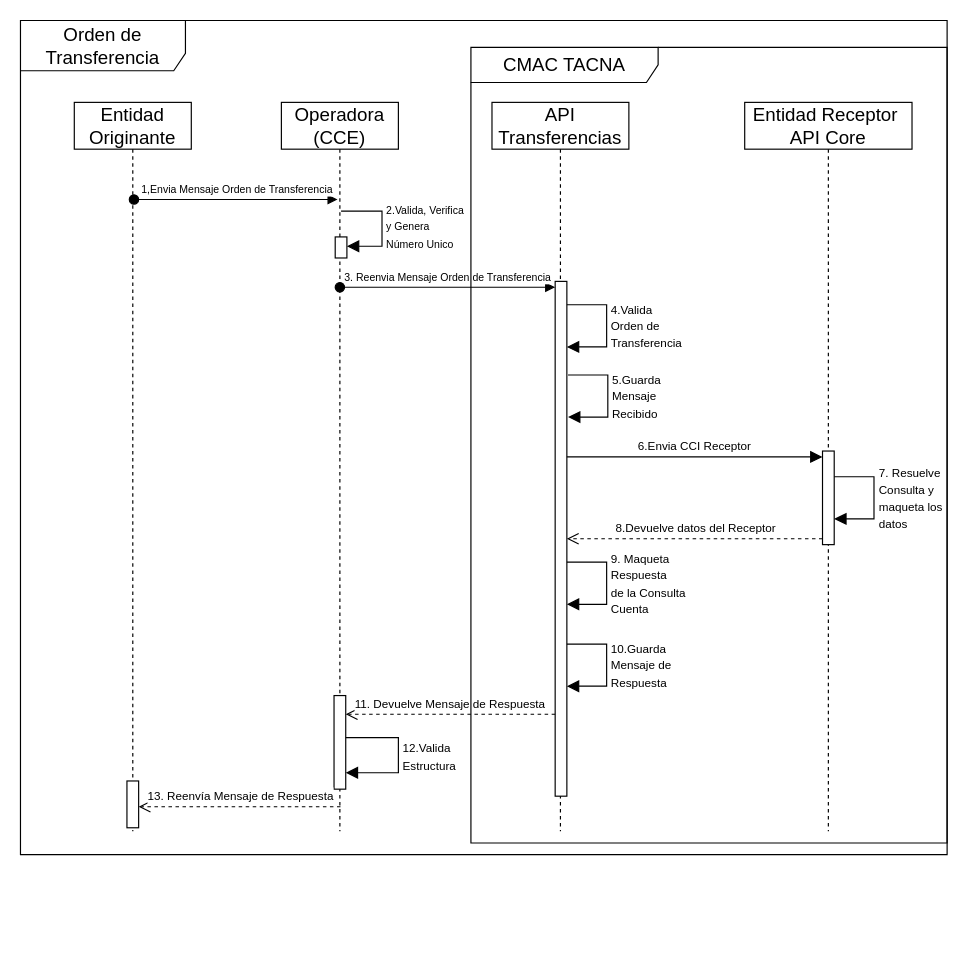
This is page "DS Orden Transferencia (INPUT)" (5 of 7) of Diagramas.drawio from Richard-MJ/CMACT, a draw.io file, before an edit. Source tidied: cells renumbered, new cells numbered last; positions are measured from the earlier drawing's top-left corner, leaving out a move shared by most shapes. Both pictures are drawn from the tidied source at 117%, with x=0, y=0 at pixel (20, 20).
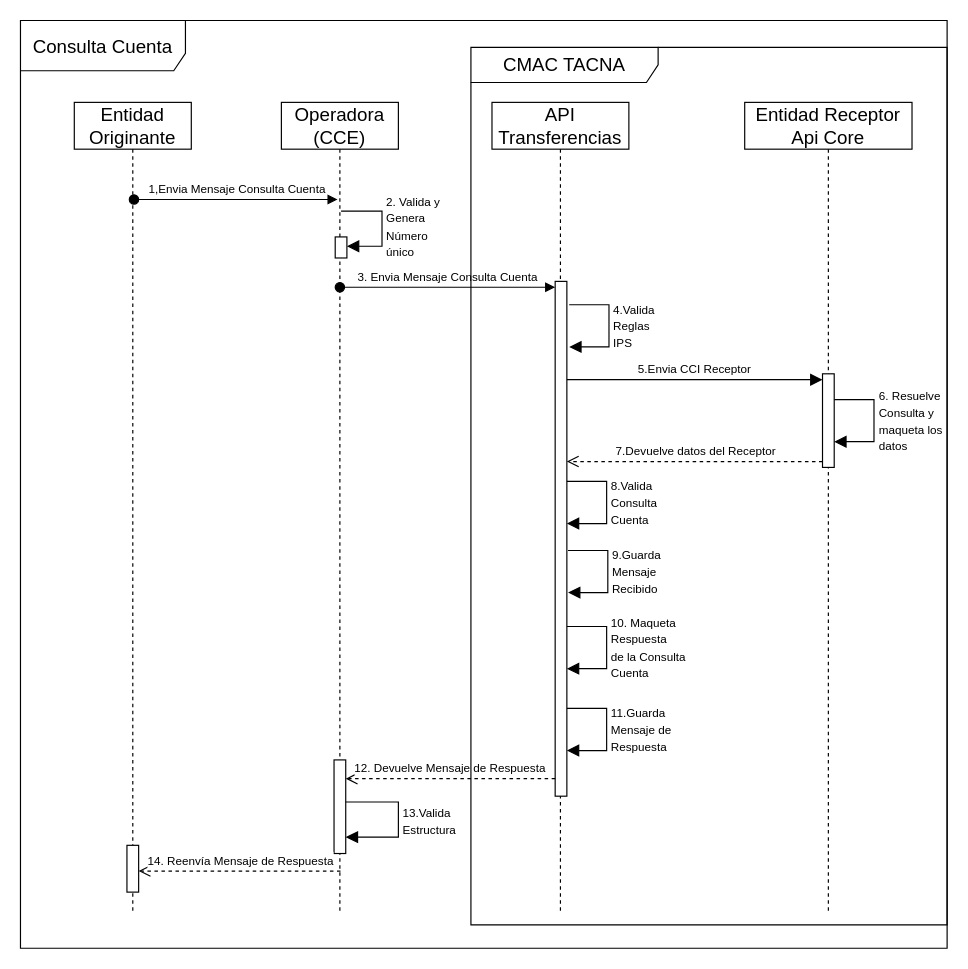
Above is the later version.

Unchanged cells that the change refers to:
```xml
<mxCell id="10" style="html=1;points=[[0,0,0,0,5],[0,1,0,0,-5],[1,0,0,0,5],[1,1,0,0,-5]];perimeter=orthogonalPerimeter;outlineConnect=0;targetShapes=umlLifeline;portConstraint=eastwest;newEdgeStyle={&quot;curved&quot;:0,&quot;rounded&quot;:0};fontSize=16;" parent="1" vertex="1">
  <mxGeometry x="269" y="185" width="10" height="18" as="geometry" />
</mxCell>
<mxCell id="12" style="html=1;points=[[0,0,0,0,5],[0,1,0,0,-5],[1,0,0,0,5],[1,1,0,0,-5]];perimeter=orthogonalPerimeter;outlineConnect=0;targetShapes=umlLifeline;portConstraint=eastwest;newEdgeStyle={&quot;curved&quot;:0,&quot;rounded&quot;:0};fontSize=16;" parent="1" vertex="1">
  <mxGeometry x="457" y="223" width="10" height="440" as="geometry" />
</mxCell>
```

Change to the diagram source:
```diff
@@
     <mxCell id="2" value="Operadora (CCE)" style="shape=umlLifeline;perimeter=lifelinePerimeter;whiteSpace=wrap;html=1;newEdgeStyle={&quot;edgeStyle&quot;:&quot;elbowEdgeStyle&quot;,&quot;elbow&quot;:&quot;vertical&quot;,&quot;curved&quot;:0,&quot;rounded&quot;:0};fontSize=16;rounded=0;" parent="1" vertex="1">
-      <mxGeometry x="223" y="70" width="100" height="623" as="geometry" />
+      <mxGeometry x="223" y="70" width="100" height="693" as="geometry" />
     </mxCell>
-    <mxCell id="3" style="html=1;points=[[0,0,0,0,5],[0,1,0,0,-5],[1,0,0,0,5],[1,1,0,0,-5]];perimeter=orthogonalPerimeter;outlineConnect=0;targetShapes=umlLifeline;portConstraint=eastwest;newEdgeStyle={&quot;curved&quot;:0,&quot;rounded&quot;:0};fontSize=16;" parent="2" vertex="1">
-      <mxGeometry x="45" y="507" width="10" height="80" as="geometry" />
-    </mxCell>
-    <mxCell id="4" value="&lt;font style=&quot;font-size: 10px;&quot;&gt;12.Valida&lt;br&gt;Estructura&lt;/font&gt;" style="html=1;align=left;spacingLeft=2;endArrow=block;rounded=0;edgeStyle=orthogonalEdgeStyle;curved=0;rounded=0;fontSize=12;startSize=8;endSize=8;" parent="2" edge="1" source="3" target="3">
-      <mxGeometry x="0.01" relative="1" as="geometry">
-        <Array as="points">
-          <mxPoint x="100" y="543" />
-          <mxPoint x="100" y="573" />
-        </Array>
-      </mxGeometry>
-    </mxCell>
+    <mxCell id="26" style="html=1;points=[[0,0,0,0,5],[0,1,0,0,-5],[1,0,0,0,5],[1,1,0,0,-5]];perimeter=orthogonalPerimeter;outlineConnect=0;targetShapes=umlLifeline;portConstraint=eastwest;newEdgeStyle={&quot;curved&quot;:0,&quot;rounded&quot;:0};fontSize=16;" parent="2" vertex="1">
+      <mxGeometry x="45" y="562" width="10" height="80" as="geometry" />
+    </mxCell>
+    <mxCell id="27" value="&lt;font style=&quot;font-size: 10px;&quot;&gt;13.Valida&lt;br&gt;Estructura&lt;/font&gt;" style="html=1;align=left;spacingLeft=2;endArrow=block;rounded=0;edgeStyle=orthogonalEdgeStyle;curved=0;rounded=0;fontSize=12;startSize=8;endSize=8;" parent="2" edge="1" source="26" target="26">
+      <mxGeometry x="0.01" relative="1" as="geometry">
+        <Array as="points">
+          <mxPoint x="100" y="598" />
+          <mxPoint x="100" y="628" />
+        </Array>
+      </mxGeometry>
+    </mxCell>
     <mxCell id="5" value="API Transferencias" style="shape=umlLifeline;perimeter=lifelinePerimeter;whiteSpace=wrap;html=1;newEdgeStyle={&quot;edgeStyle&quot;:&quot;elbowEdgeStyle&quot;,&quot;elbow&quot;:&quot;vertical&quot;,&quot;curved&quot;:0,&quot;rounded&quot;:0};fontSize=16;rounded=0;" parent="1" vertex="1">
-      <mxGeometry x="403" y="70" width="117" height="623" as="geometry" />
+      <mxGeometry x="403" y="70" width="117" height="693" as="geometry" />
     </mxCell>
     <mxCell id="6" value="Entidad Originante" style="shape=umlLifeline;perimeter=lifelinePerimeter;whiteSpace=wrap;html=1;newEdgeStyle={&quot;edgeStyle&quot;:&quot;elbowEdgeStyle&quot;,&quot;elbow&quot;:&quot;vertical&quot;,&quot;curved&quot;:0,&quot;rounded&quot;:0};fontSize=16;rounded=0;" parent="1" vertex="1">
-      <mxGeometry x="46" y="70" width="100" height="623" as="geometry" />
+      <mxGeometry x="46" y="70" width="100" height="693" as="geometry" />
     </mxCell>
-    <mxCell id="7" value="Entidad Receptor&amp;nbsp;&lt;br&gt;API Core" style="shape=umlLifeline;perimeter=lifelinePerimeter;whiteSpace=wrap;html=1;newEdgeStyle={&quot;edgeStyle&quot;:&quot;elbowEdgeStyle&quot;,&quot;elbow&quot;:&quot;vertical&quot;,&quot;curved&quot;:0,&quot;rounded&quot;:0};fontSize=16;rounded=0;" parent="1" vertex="1">
-      <mxGeometry x="619" y="70" width="143" height="623" as="geometry" />
-    </mxCell>
-    <mxCell id="8" value="Orden de Transferencia" style="shape=umlFrame;whiteSpace=wrap;html=1;fontSize=16;width=141;height=43;" parent="1" vertex="1">
-      <mxGeometry width="792" height="713" as="geometry" />
-    </mxCell>
-    <mxCell id="9" value="&lt;font style=&quot;font-size: 9px;&quot;&gt;1,Envia Mensaje Orden de Transferencia&lt;/font&gt;" style="html=1;verticalAlign=bottom;startArrow=oval;startFill=1;endArrow=block;startSize=8;curved=0;rounded=0;fontSize=12;" parent="1" edge="1">
-      <mxGeometry x="0.01" relative="1" as="geometry">
-        <mxPoint x="97" y="153" as="sourcePoint" />
-        <mxPoint x="271" y="153" as="targetPoint" />
-      </mxGeometry>
-    </mxCell>
+    <mxCell id="28" value="Entidad Receptor&lt;br&gt;Api Core" style="shape=umlLifeline;perimeter=lifelinePerimeter;whiteSpace=wrap;html=1;newEdgeStyle={&quot;edgeStyle&quot;:&quot;elbowEdgeStyle&quot;,&quot;elbow&quot;:&quot;vertical&quot;,&quot;curved&quot;:0,&quot;rounded&quot;:0};fontSize=16;rounded=0;" parent="1" vertex="1">
+      <mxGeometry x="619" y="70" width="143" height="693" as="geometry" />
+    </mxCell>
+    <mxCell id="29" value="Consulta Cuenta" style="shape=umlFrame;whiteSpace=wrap;html=1;fontSize=16;width=141;height=43;" parent="1" vertex="1">
+      <mxGeometry width="792" height="793" as="geometry" />
+    </mxCell>
+    <mxCell id="30" value="&lt;font style=&quot;font-size: 10px;&quot;&gt;1,Envia Mensaje Consulta Cuenta&lt;/font&gt;" style="html=1;verticalAlign=bottom;startArrow=oval;startFill=1;endArrow=block;startSize=8;curved=0;rounded=0;fontSize=12;" parent="1" edge="1">
+      <mxGeometry x="0.01" relative="1" as="geometry">
+        <mxPoint x="97" y="153" as="sourcePoint" />
+        <mxPoint x="271" y="153" as="targetPoint" />
+      </mxGeometry>
+    </mxCell>
@@
-    <mxCell id="11" value="&lt;font style=&quot;font-size: 9px;&quot;&gt;2.Valida,&amp;nbsp;Verifica &lt;br&gt;y&amp;nbsp;Genera&amp;nbsp;&lt;br&gt;Número Unico&lt;br&gt;&lt;/font&gt;" style="html=1;align=left;spacingLeft=2;endArrow=block;rounded=0;edgeStyle=orthogonalEdgeStyle;curved=0;rounded=0;fontSize=12;startSize=8;endSize=8;" parent="1" edge="1" target="10">
-      <mxGeometry x="0.01" relative="1" as="geometry">
-        <mxPoint x="274" y="163" as="sourcePoint" />
-        <Array as="points">
-          <mxPoint x="309" y="193" />
-        </Array>
-      </mxGeometry>
-    </mxCell>
+    <mxCell id="31" value="&lt;font style=&quot;font-size: 10px;&quot;&gt;2. Valida y&amp;nbsp;&lt;br&gt;Genera &lt;br&gt;Número &lt;br&gt;único&lt;/font&gt;" style="html=1;align=left;spacingLeft=2;endArrow=block;rounded=0;edgeStyle=orthogonalEdgeStyle;curved=0;rounded=0;fontSize=12;startSize=8;endSize=8;" parent="1" edge="1" target="10">
+      <mxGeometry x="0.01" relative="1" as="geometry">
+        <mxPoint x="274" y="163" as="sourcePoint" />
+        <Array as="points">
+          <mxPoint x="309" y="193" />
+        </Array>
+      </mxGeometry>
+    </mxCell>
@@
-    <mxCell id="13" value="&lt;font style=&quot;font-size: 9px;&quot;&gt;3. Reenvia Mensaje Orden de Transferencia&lt;/font&gt;" style="html=1;verticalAlign=bottom;startArrow=oval;endArrow=block;startSize=8;curved=0;rounded=0;entryX=0;entryY=0;entryDx=0;entryDy=5;fontSize=12;" parent="1" edge="1" target="12">
-      <mxGeometry relative="1" as="geometry">
-        <mxPoint x="273" y="228" as="sourcePoint" />
-      </mxGeometry>
-    </mxCell>
-    <mxCell id="14" value="&lt;font style=&quot;font-size: 10px;&quot;&gt;4.Valida &lt;br&gt;Orden de&amp;nbsp;&lt;br&gt;Transferencia&lt;br&gt;&lt;/font&gt;" style="html=1;align=left;spacingLeft=2;endArrow=block;rounded=0;edgeStyle=orthogonalEdgeStyle;curved=0;rounded=0;fontSize=12;startSize=8;endSize=8;exitX=0.7;exitY=0.5;exitDx=0;exitDy=0;exitPerimeter=0;" parent="1" edge="1" target="12">
-      <mxGeometry relative="1" as="geometry">
-        <mxPoint x="467" y="243" as="sourcePoint" />
-        <Array as="points">
-          <mxPoint x="501" y="243" />
-          <mxPoint x="501" y="279" />
-        </Array>
-      </mxGeometry>
-    </mxCell>
-    <mxCell id="15" style="html=1;points=[[0,0,0,0,5],[0,1,0,0,-5],[1,0,0,0,5],[1,1,0,0,-5]];perimeter=orthogonalPerimeter;outlineConnect=0;targetShapes=umlLifeline;portConstraint=eastwest;newEdgeStyle={&quot;curved&quot;:0,&quot;rounded&quot;:0};fontSize=16;" parent="1" vertex="1">
-      <mxGeometry x="685.5" y="368" width="10" height="80" as="geometry" />
-    </mxCell>
-    <mxCell id="16" value="&lt;font style=&quot;font-size: 10px;&quot;&gt;6.Envia CCI Receptor&lt;/font&gt;" style="html=1;verticalAlign=bottom;endArrow=block;curved=0;rounded=0;entryX=0;entryY=0;entryDx=0;entryDy=5;fontSize=12;startSize=8;endSize=8;" parent="1" edge="1" target="15">
-      <mxGeometry relative="1" as="geometry">
-        <mxPoint x="467" y="373" as="sourcePoint" />
-      </mxGeometry>
-    </mxCell>
-    <mxCell id="17" value="&lt;font style=&quot;font-size: 10px;&quot;&gt;8.Devuelve datos del Receptor&lt;/font&gt;" style="html=1;verticalAlign=bottom;endArrow=open;dashed=1;endSize=8;curved=0;rounded=0;exitX=0;exitY=1;exitDx=0;exitDy=-5;fontSize=12;" parent="1" edge="1" source="15">
-      <mxGeometry relative="1" as="geometry">
-        <mxPoint x="467" y="443" as="targetPoint" />
-      </mxGeometry>
-    </mxCell>
-    <mxCell id="18" value="&lt;font style=&quot;font-size: 10px;&quot;&gt;9. Maqueta&amp;nbsp;&lt;br&gt;Respuesta&lt;br&gt;de la Consulta&lt;br&gt;Cuenta&lt;br&gt;&lt;/font&gt;" style="html=1;align=left;spacingLeft=2;endArrow=block;rounded=0;edgeStyle=orthogonalEdgeStyle;curved=0;rounded=0;fontSize=12;startSize=8;endSize=8;exitX=0.7;exitY=0.5;exitDx=0;exitDy=0;exitPerimeter=0;" parent="1" edge="1">
-      <mxGeometry relative="1" as="geometry">
-        <mxPoint x="467" y="463" as="sourcePoint" />
-        <mxPoint x="467" y="499" as="targetPoint" />
-        <Array as="points">
-          <mxPoint x="501" y="463" />
-          <mxPoint x="501" y="499" />
-        </Array>
-      </mxGeometry>
-    </mxCell>
-    <mxCell id="19" value="&lt;font style=&quot;font-size: 10px;&quot;&gt;10.Guarda&lt;br&gt;Mensaje de&lt;br&gt;Respuesta&lt;br&gt;&lt;/font&gt;" style="html=1;align=left;spacingLeft=2;endArrow=block;rounded=0;edgeStyle=orthogonalEdgeStyle;curved=0;rounded=0;fontSize=12;startSize=8;endSize=8;exitX=0.7;exitY=0.5;exitDx=0;exitDy=0;exitPerimeter=0;" parent="1" edge="1">
-      <mxGeometry relative="1" as="geometry">
-        <mxPoint x="467" y="533" as="sourcePoint" />
-        <mxPoint x="467" y="569" as="targetPoint" />
-        <Array as="points">
-          <mxPoint x="501" y="533" />
-          <mxPoint x="501" y="569" />
-        </Array>
-      </mxGeometry>
-    </mxCell>
-    <mxCell id="20" value="&lt;font style=&quot;font-size: 10px;&quot;&gt;5.Guarda&lt;br&gt;Mensaje&amp;nbsp;&lt;br&gt;Recibido&lt;br&gt;&lt;/font&gt;" style="html=1;align=left;spacingLeft=2;endArrow=block;rounded=0;edgeStyle=orthogonalEdgeStyle;curved=0;rounded=0;fontSize=12;startSize=8;endSize=8;exitX=0.7;exitY=0.5;exitDx=0;exitDy=0;exitPerimeter=0;" parent="1" edge="1">
-      <mxGeometry relative="1" as="geometry">
-        <mxPoint x="468" y="303" as="sourcePoint" />
-        <mxPoint x="468" y="339" as="targetPoint" />
-        <Array as="points">
-          <mxPoint x="502" y="303" />
-          <mxPoint x="502" y="339" />
-        </Array>
-      </mxGeometry>
-    </mxCell>
-    <mxCell id="21" value="&lt;span style=&quot;font-size: 10px;&quot;&gt;11. Devuelve Mensaje de Respuesta&lt;/span&gt;" style="html=1;verticalAlign=bottom;endArrow=open;dashed=1;endSize=8;curved=0;rounded=0;fontSize=12;" parent="1" edge="1" target="3">
-      <mxGeometry relative="1" as="geometry">
-        <mxPoint x="457" y="593" as="sourcePoint" />
-      </mxGeometry>
-    </mxCell>
-    <mxCell id="22" value="&lt;span style=&quot;font-size: 10px;&quot;&gt;13. Reenvía&amp;nbsp;Mensaje de Respuesta&lt;/span&gt;" style="html=1;verticalAlign=bottom;endArrow=open;dashed=1;endSize=8;curved=0;rounded=0;fontSize=12;" parent="1" edge="1">
-      <mxGeometry relative="1" as="geometry">
-        <mxPoint x="273.5" y="672" as="sourcePoint" />
-        <mxPoint x="101" y="672" as="targetPoint" />
-        <Array as="points">
-          <mxPoint x="185" y="672" />
-        </Array>
-      </mxGeometry>
-    </mxCell>
-    <mxCell id="23" style="html=1;perimeter=orthogonalPerimeter;targetShapes=umlLifeline;newEdgeStyle={&quot;curved&quot;:0,&quot;rounded&quot;:0};fontSize=16;" parent="1" vertex="1">
-      <mxGeometry x="91" y="650" width="10" height="40" as="geometry" />
-    </mxCell>
-    <mxCell id="24" value="&lt;font style=&quot;font-size: 10px;&quot;&gt;7. Resuelve&lt;br&gt;Consulta y &lt;br&gt;maqueta los&lt;br&gt;datos&lt;br&gt;&lt;/font&gt;" style="html=1;align=left;spacingLeft=2;endArrow=block;rounded=0;edgeStyle=orthogonalEdgeStyle;curved=0;rounded=0;fontSize=12;startSize=8;endSize=8;exitX=0.7;exitY=0.5;exitDx=0;exitDy=0;exitPerimeter=0;" parent="1" edge="1">
-      <mxGeometry relative="1" as="geometry">
-        <mxPoint x="695.5" y="390" as="sourcePoint" />
-        <mxPoint x="695.5" y="426" as="targetPoint" />
-        <Array as="points">
-          <mxPoint x="729.5" y="390" />
-          <mxPoint x="729.5" y="426" />
-        </Array>
-      </mxGeometry>
-    </mxCell>
+    <mxCell id="32" value="&lt;font style=&quot;font-size: 10px;&quot;&gt;3. Envia Mensaje Consulta Cuenta&lt;/font&gt;" style="html=1;verticalAlign=bottom;startArrow=oval;endArrow=block;startSize=8;curved=0;rounded=0;entryX=0;entryY=0;entryDx=0;entryDy=5;fontSize=12;" parent="1" edge="1" target="12">
+      <mxGeometry relative="1" as="geometry">
+        <mxPoint x="273" y="228" as="sourcePoint" />
+      </mxGeometry>
+    </mxCell>
+    <mxCell id="33" value="&lt;font style=&quot;font-size: 10px;&quot;&gt;8.Valida &lt;br&gt;Consulta&lt;br&gt;Cuenta&lt;/font&gt;" style="html=1;align=left;spacingLeft=2;endArrow=block;rounded=0;edgeStyle=orthogonalEdgeStyle;curved=0;rounded=0;fontSize=12;startSize=8;endSize=8;exitX=0.7;exitY=0.5;exitDx=0;exitDy=0;exitPerimeter=0;" parent="1" edge="1">
+      <mxGeometry relative="1" as="geometry">
+        <mxPoint x="467" y="394" as="sourcePoint" />
+        <mxPoint x="467" y="430" as="targetPoint" />
+        <Array as="points">
+          <mxPoint x="501" y="394" />
+          <mxPoint x="501" y="430" />
+        </Array>
+      </mxGeometry>
+    </mxCell>
+    <mxCell id="34" style="html=1;points=[[0,0,0,0,5],[0,1,0,0,-5],[1,0,0,0,5],[1,1,0,0,-5]];perimeter=orthogonalPerimeter;outlineConnect=0;targetShapes=umlLifeline;portConstraint=eastwest;newEdgeStyle={&quot;curved&quot;:0,&quot;rounded&quot;:0};fontSize=16;" parent="1" vertex="1">
+      <mxGeometry x="685.5" y="302" width="10" height="80" as="geometry" />
+    </mxCell>
+    <mxCell id="35" value="&lt;font style=&quot;font-size: 10px;&quot;&gt;5.Envia CCI Receptor&lt;/font&gt;" style="html=1;verticalAlign=bottom;endArrow=block;curved=0;rounded=0;entryX=0;entryY=0;entryDx=0;entryDy=5;fontSize=12;startSize=8;endSize=8;" parent="1" edge="1" target="34">
+      <mxGeometry relative="1" as="geometry">
+        <mxPoint x="467" y="307" as="sourcePoint" />
+      </mxGeometry>
+    </mxCell>
+    <mxCell id="36" value="&lt;font style=&quot;font-size: 10px;&quot;&gt;7.Devuelve datos del Receptor&lt;/font&gt;" style="html=1;verticalAlign=bottom;endArrow=open;dashed=1;endSize=8;curved=0;rounded=0;exitX=0;exitY=1;exitDx=0;exitDy=-5;fontSize=12;" parent="1" edge="1" source="34">
+      <mxGeometry relative="1" as="geometry">
+        <mxPoint x="467" y="377" as="targetPoint" />
+      </mxGeometry>
+    </mxCell>
+    <mxCell id="37" value="&lt;font style=&quot;font-size: 10px;&quot;&gt;10. Maqueta&amp;nbsp;&lt;br&gt;Respuesta&lt;br&gt;de la Consulta&lt;br&gt;Cuenta&lt;br&gt;&lt;/font&gt;" style="html=1;align=left;spacingLeft=2;endArrow=block;rounded=0;edgeStyle=orthogonalEdgeStyle;curved=0;rounded=0;fontSize=12;startSize=8;endSize=8;exitX=0.7;exitY=0.5;exitDx=0;exitDy=0;exitPerimeter=0;" parent="1" edge="1">
+      <mxGeometry relative="1" as="geometry">
+        <mxPoint x="467" y="518" as="sourcePoint" />
+        <mxPoint x="467" y="554" as="targetPoint" />
+        <Array as="points">
+          <mxPoint x="501" y="518" />
+          <mxPoint x="501" y="554" />
+        </Array>
+      </mxGeometry>
+    </mxCell>
+    <mxCell id="38" value="&lt;font style=&quot;font-size: 10px;&quot;&gt;11.Guarda&lt;br&gt;Mensaje de&lt;br&gt;Respuesta&lt;br&gt;&lt;/font&gt;" style="html=1;align=left;spacingLeft=2;endArrow=block;rounded=0;edgeStyle=orthogonalEdgeStyle;curved=0;rounded=0;fontSize=12;startSize=8;endSize=8;exitX=0.7;exitY=0.5;exitDx=0;exitDy=0;exitPerimeter=0;" parent="1" edge="1">
+      <mxGeometry relative="1" as="geometry">
+        <mxPoint x="467" y="588" as="sourcePoint" />
+        <mxPoint x="467" y="624" as="targetPoint" />
+        <Array as="points">
+          <mxPoint x="501" y="588" />
+          <mxPoint x="501" y="624" />
+        </Array>
+      </mxGeometry>
+    </mxCell>
+    <mxCell id="39" value="&lt;font style=&quot;font-size: 10px;&quot;&gt;9.Guarda&lt;br&gt;Mensaje&amp;nbsp;&lt;br&gt;Recibido&lt;br&gt;&lt;/font&gt;" style="html=1;align=left;spacingLeft=2;endArrow=block;rounded=0;edgeStyle=orthogonalEdgeStyle;curved=0;rounded=0;fontSize=12;startSize=8;endSize=8;exitX=0.7;exitY=0.5;exitDx=0;exitDy=0;exitPerimeter=0;" parent="1" edge="1">
+      <mxGeometry relative="1" as="geometry">
+        <mxPoint x="468" y="453" as="sourcePoint" />
+        <mxPoint x="468" y="489" as="targetPoint" />
+        <Array as="points">
+          <mxPoint x="502" y="453" />
+          <mxPoint x="502" y="489" />
+        </Array>
+      </mxGeometry>
+    </mxCell>
+    <mxCell id="40" value="&lt;span style=&quot;font-size: 10px;&quot;&gt;12. Devuelve Mensaje de Respuesta&lt;/span&gt;" style="html=1;verticalAlign=bottom;endArrow=open;dashed=1;endSize=8;curved=0;rounded=0;fontSize=12;" parent="1" edge="1" target="26">
+      <mxGeometry relative="1" as="geometry">
+        <mxPoint x="457" y="648" as="sourcePoint" />
+      </mxGeometry>
+    </mxCell>
+    <mxCell id="41" value="&lt;span style=&quot;font-size: 10px;&quot;&gt;14. Reenvía&amp;nbsp;Mensaje de Respuesta&lt;/span&gt;" style="html=1;verticalAlign=bottom;endArrow=open;dashed=1;endSize=8;curved=0;rounded=0;fontSize=12;" parent="1" edge="1">
+      <mxGeometry relative="1" as="geometry">
+        <mxPoint x="273.5" y="727" as="sourcePoint" />
+        <mxPoint x="101" y="727" as="targetPoint" />
+        <Array as="points">
+          <mxPoint x="185" y="727" />
+        </Array>
+      </mxGeometry>
+    </mxCell>
+    <mxCell id="42" style="html=1;perimeter=orthogonalPerimeter;targetShapes=umlLifeline;newEdgeStyle={&quot;curved&quot;:0,&quot;rounded&quot;:0};fontSize=16;" parent="1" vertex="1">
+      <mxGeometry x="91" y="705" width="10" height="40" as="geometry" />
+    </mxCell>
+    <mxCell id="43" value="&lt;font style=&quot;font-size: 10px;&quot;&gt;6. Resuelve&lt;br&gt;Consulta y &lt;br&gt;maqueta los&lt;br&gt;datos&lt;br&gt;&lt;/font&gt;" style="html=1;align=left;spacingLeft=2;endArrow=block;rounded=0;edgeStyle=orthogonalEdgeStyle;curved=0;rounded=0;fontSize=12;startSize=8;endSize=8;exitX=0.7;exitY=0.5;exitDx=0;exitDy=0;exitPerimeter=0;" parent="1" edge="1">
+      <mxGeometry relative="1" as="geometry">
+        <mxPoint x="695.5" y="324" as="sourcePoint" />
+        <mxPoint x="695.5" y="360" as="targetPoint" />
+        <Array as="points">
+          <mxPoint x="729.5" y="324" />
+          <mxPoint x="729.5" y="360" />
+        </Array>
+      </mxGeometry>
+    </mxCell>
     <mxCell id="25" value="CMAC TACNA" style="shape=umlFrame;whiteSpace=wrap;html=1;fontSize=16;width=160;height=30;" parent="1" vertex="1">
-      <mxGeometry x="385" y="23" width="407" height="680" as="geometry" />
+      <mxGeometry x="385" y="23" width="407" height="750" as="geometry" />
     </mxCell>
+    <mxCell id="44" value="&lt;font style=&quot;font-size: 10px;&quot;&gt;4.Valida &lt;br&gt;Reglas&lt;br&gt;IPS&lt;br&gt;&lt;/font&gt;" style="html=1;align=left;spacingLeft=2;endArrow=block;rounded=0;edgeStyle=orthogonalEdgeStyle;curved=0;rounded=0;fontSize=12;startSize=8;endSize=8;exitX=0.7;exitY=0.5;exitDx=0;exitDy=0;exitPerimeter=0;" parent="1" edge="1">
+      <mxGeometry relative="1" as="geometry">
+        <mxPoint x="469" y="243" as="sourcePoint" />
+        <mxPoint x="469" y="279" as="targetPoint" />
+        <Array as="points">
+          <mxPoint x="503" y="243" />
+          <mxPoint x="503" y="279" />
+        </Array>
+      </mxGeometry>
+    </mxCell>
```
